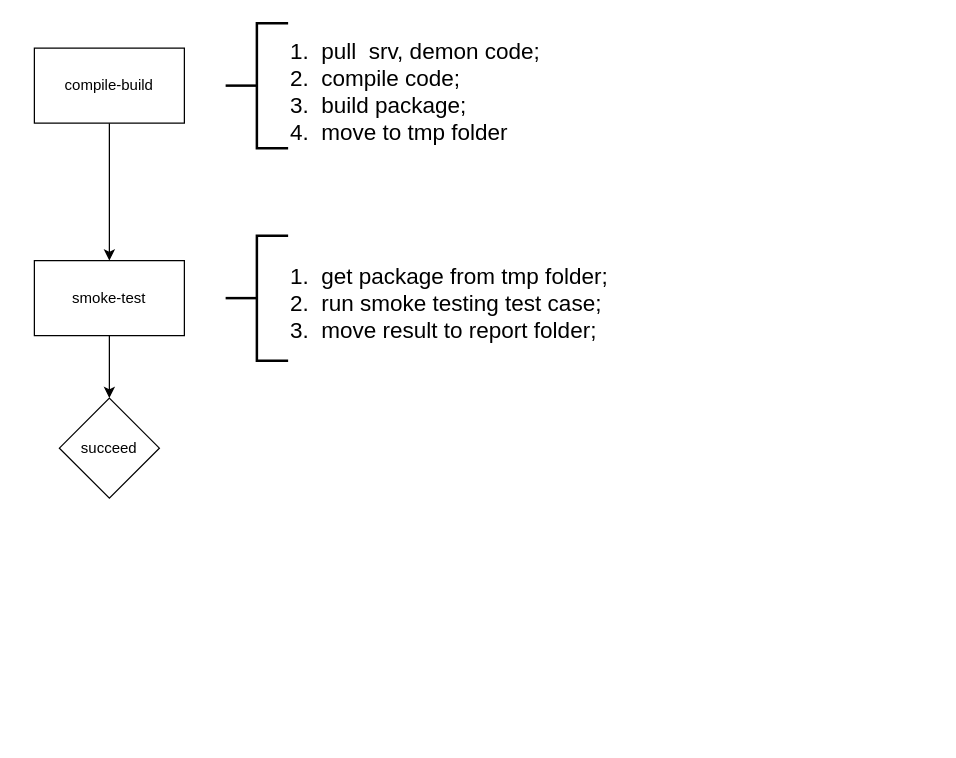
Chenguoqing2008/drawio keeps this draw.io diagram as gitlab pipeline.drawio. Above is the earlier version. Source tidied: cells renumbered, new cells numbered last; positions are measured from the earlier drawing's top-left corner, leaving out a move shared by most shapes. Both pictures are drawn from the tidied source at 125%, with x=0, y=0 at pixel (34, 22).
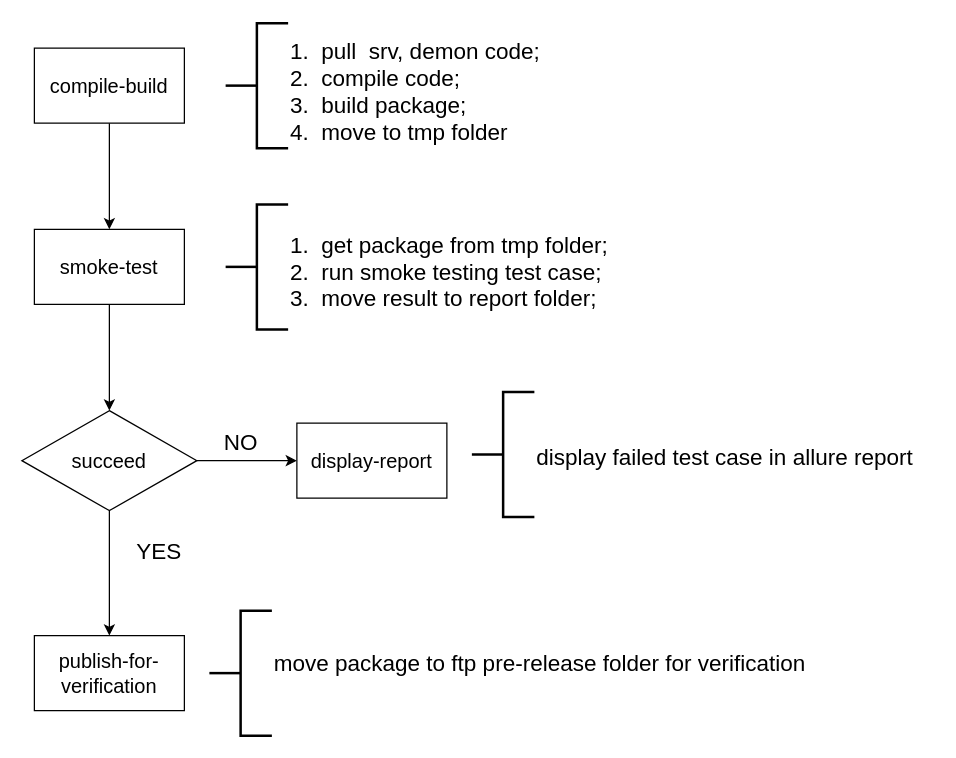
The same diagram, later.

Diff of the diagram source:
```diff
@@
-    <mxCell id="3" value="compile-build" style="rounded=0;whiteSpace=wrap;html=1;" parent="1" vertex="1">
+    <mxCell id="3" value="&lt;font style=&quot;font-size: 16px&quot;&gt;compile-build&lt;/font&gt;" style="rounded=0;whiteSpace=wrap;html=1;" parent="1" vertex="1">
       <mxGeometry y="20" width="120" height="60" as="geometry" />
     </mxCell>
@@
-    <mxCell id="7" value="smoke-test" style="rounded=0;whiteSpace=wrap;html=1;" parent="1" vertex="1">
-      <mxGeometry y="190" width="120" height="60" as="geometry" />
+    <mxCell id="7" value="&lt;font style=&quot;font-size: 16px&quot;&gt;smoke-test&lt;/font&gt;" style="rounded=0;whiteSpace=wrap;html=1;" parent="1" vertex="1">
+      <mxGeometry y="165" width="120" height="60" as="geometry" />
     </mxCell>
     <mxCell id="8" style="strokeWidth=2;html=1;shape=mxgraph.flowchart.annotation_2;align=left;labelPosition=right;" parent="1" vertex="1">
-      <mxGeometry x="153" y="170" width="50" height="100" as="geometry" />
+      <mxGeometry x="153" y="145" width="50" height="100" as="geometry" />
     </mxCell>
     <mxCell id="9" value="&lt;font style=&quot;font-size: 18px&quot;&gt;1.&amp;nbsp; get package from tmp folder;&amp;nbsp;&lt;br&gt;2.&amp;nbsp; run smoke testing test case;&lt;br&gt;3.&amp;nbsp; move result to report folder;&lt;/font&gt;" style="text;html=1;align=left;verticalAlign=top;spacingTop=-4;" parent="1" vertex="1">
-      <mxGeometry x="203" y="190" width="270" height="50" as="geometry" />
+      <mxGeometry x="203" y="165" width="270" height="50" as="geometry" />
     </mxCell>
+    <mxCell id="11" style="edgeStyle=orthogonalEdgeStyle;rounded=0;jettySize=auto;html=1;exitX=0.5;exitY=1;exitDx=0;exitDy=0;entryX=0.5;entryY=0;entryDx=0;entryDy=0;" parent="1" edge="1" source="10" target="13">
+      <mxGeometry relative="1" as="geometry" />
+    </mxCell>
+    <mxCell id="12" style="edgeStyle=orthogonalEdgeStyle;rounded=0;jettySize=auto;html=1;exitX=1;exitY=0.5;exitDx=0;exitDy=0;entryX=0;entryY=0.5;entryDx=0;entryDy=0;" parent="1" edge="1" source="10" target="17">
+      <mxGeometry relative="1" as="geometry" />
+    </mxCell>
-    <mxCell id="10" value="succeed" style="rhombus;whiteSpace=wrap;html=1;" parent="1" vertex="1">
-      <mxGeometry x="20" y="300" width="80" height="80" as="geometry" />
+    <mxCell id="10" value="&lt;font style=&quot;font-size: 16px&quot;&gt;succeed&lt;/font&gt;" style="rhombus;whiteSpace=wrap;html=1;" parent="1" vertex="1">
+      <mxGeometry x="-10" y="310" width="140" height="80" as="geometry" />
     </mxCell>
+    <mxCell id="13" value="&lt;font style=&quot;font-size: 16px&quot;&gt;publish-for-verification&lt;/font&gt;" style="rounded=0;whiteSpace=wrap;html=1;" parent="1" vertex="1">
+      <mxGeometry y="490" width="120" height="60" as="geometry" />
+    </mxCell>
+    <mxCell id="14" value="&lt;font style=&quot;font-size: 18px&quot;&gt;YES&lt;/font&gt;" style="text;html=1;align=left;verticalAlign=top;spacingTop=-4;" parent="1" vertex="1">
+      <mxGeometry x="80" y="410" width="50" height="20" as="geometry" />
+    </mxCell>
+    <mxCell id="15" style="strokeWidth=2;html=1;shape=mxgraph.flowchart.annotation_2;align=left;labelPosition=right;" parent="1" vertex="1">
+      <mxGeometry x="140" y="470" width="50" height="100" as="geometry" />
+    </mxCell>
+    <mxCell id="16" value="&lt;font style=&quot;font-size: 18px&quot;&gt;move package to ftp pre-release folder for verification&lt;/font&gt;" style="text;html=1;align=left;verticalAlign=top;spacingTop=-4;" parent="1" vertex="1">
+      <mxGeometry x="190" y="500" width="440" height="20" as="geometry" />
+    </mxCell>
+    <mxCell id="17" value="&lt;font style=&quot;font-size: 16px&quot;&gt;display-report&lt;/font&gt;" style="rounded=0;whiteSpace=wrap;html=1;" parent="1" vertex="1">
+      <mxGeometry x="210" y="320" width="120" height="60" as="geometry" />
+    </mxCell>
+    <mxCell id="18" value="&lt;font style=&quot;font-size: 18px&quot;&gt;NO&lt;/font&gt;" style="text;html=1;align=left;verticalAlign=top;spacingTop=-4;" parent="1" vertex="1">
+      <mxGeometry x="150" y="322.5" width="40" height="20" as="geometry" />
+    </mxCell>
+    <mxCell id="19" style="strokeWidth=2;html=1;shape=mxgraph.flowchart.annotation_2;align=left;labelPosition=right;" parent="1" vertex="1">
+      <mxGeometry x="350" y="295" width="50" height="100" as="geometry" />
+    </mxCell>
+    <mxCell id="20" value="&lt;span style=&quot;font-size: 18px&quot;&gt;display failed test case in allure report&lt;/span&gt;" style="text;html=1;align=left;verticalAlign=top;spacingTop=-4;" parent="1" vertex="1">
+      <mxGeometry x="400" y="335" width="320" height="20" as="geometry" />
+    </mxCell>
```
